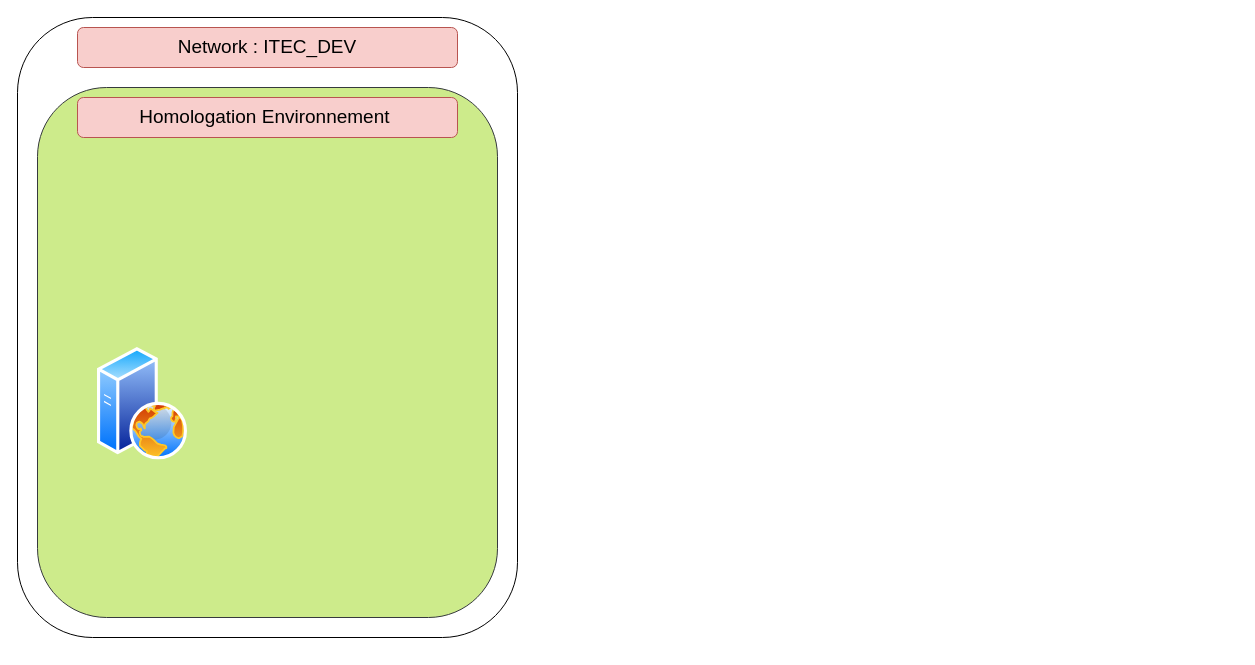
Earlier version of the draw.io diagram Diagramme sans nom.drawio (Iha-bus/dfir). Source tidied: cells renumbered, new cells numbered last; positions are measured from the earlier drawing's top-left corner, leaving out a move shared by most shapes. Both pictures are drawn from the tidied source at 100%, with x=0, y=0 at pixel (17, 17). Pictures stored in the file or linked from it are replaced by grey dashed boxes.
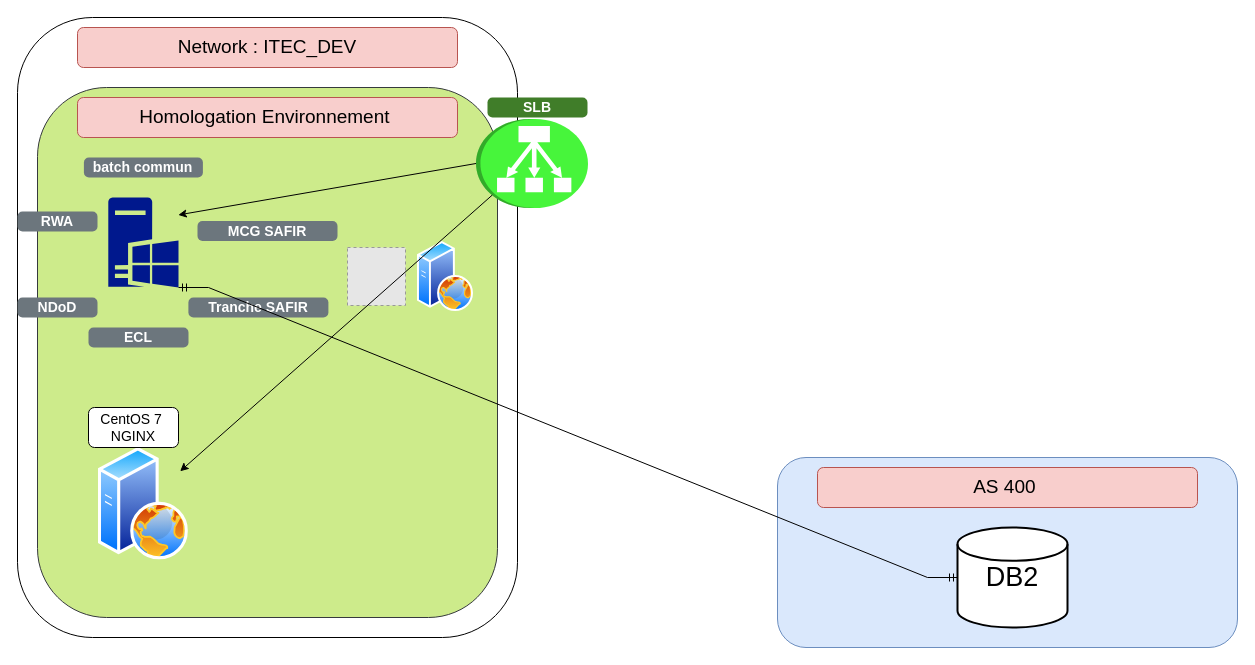
The same page after the edit.

Commit message (it also covers changes not shown here):
Mettre à jour Diagramme sans nom.drawio

The edit, as a diff of the source:
```diff
@@
     <mxCell id="6" style="image;perimeter=ellipsePerimeter;html=1;align=center;shadow=0;dashed=0;spacingTop=3;image=img/lib/active_directory/web_server.svg;" parent="1" vertex="1">
-      <mxGeometry x="80" y="330" width="90" height="112.5" as="geometry" />
+      <mxGeometry x="80.9" y="430" width="90" height="112.5" as="geometry" />
     </mxCell>
+    <mxCell id="7" value="&lt;font style=&quot;font-size: 14px;&quot;&gt;CentOS 7&amp;nbsp; NGINX&lt;/font&gt;" style="rounded=1;whiteSpace=wrap;html=1;glass=0;" parent="1" vertex="1">
+      <mxGeometry x="71" y="390" width="90" height="40" as="geometry" />
+    </mxCell>
+    <mxCell id="8" style="sketch=0;shadow=0;dashed=0;html=1;strokeColor=none;labelPosition=center;verticalLabelPosition=bottom;verticalAlign=top;align=center;fillColor=#00188D;shape=mxgraph.mscae.enterprise.windows_server;" parent="1" vertex="1">
+      <mxGeometry x="90.8" y="180" width="70.2" height="90" as="geometry" />
+    </mxCell>
+    <mxCell id="9" value="batch commun" style="html=1;shadow=0;dashed=0;shape=mxgraph.bootstrap.rrect;rSize=5;strokeColor=none;strokeWidth=1;fillColor=#6C767D;fontColor=#FFFFFF;whiteSpace=wrap;align=center;verticalAlign=middle;spacingLeft=0;fontStyle=1;fontSize=14;spacing=5;" parent="1" vertex="1">
+      <mxGeometry x="66.4" y="140" width="119" height="20" as="geometry" />
+    </mxCell>
+    <mxCell id="10" value="NDoD" style="html=1;shadow=0;dashed=0;shape=mxgraph.bootstrap.rrect;rSize=5;strokeColor=none;strokeWidth=1;fillColor=#6C767D;fontColor=#FFFFFF;whiteSpace=wrap;align=center;verticalAlign=middle;spacingLeft=0;fontStyle=1;fontSize=14;spacing=5;" parent="1" vertex="1">
+      <mxGeometry y="280" width="80" height="20" as="geometry" />
+    </mxCell>
+    <mxCell id="11" value="RWA" style="html=1;shadow=0;dashed=0;shape=mxgraph.bootstrap.rrect;rSize=5;strokeColor=none;strokeWidth=1;fillColor=#6C767D;fontColor=#FFFFFF;whiteSpace=wrap;align=center;verticalAlign=middle;spacingLeft=0;fontStyle=1;fontSize=14;spacing=5;" parent="1" vertex="1">
+      <mxGeometry y="194" width="80" height="20" as="geometry" />
+    </mxCell>
+    <mxCell id="12" value="MCG SAFIR" style="html=1;shadow=0;dashed=0;shape=mxgraph.bootstrap.rrect;rSize=5;strokeColor=none;strokeWidth=1;fillColor=#6C767D;fontColor=#FFFFFF;whiteSpace=wrap;align=center;verticalAlign=middle;spacingLeft=0;fontStyle=1;fontSize=14;spacing=5;" parent="1" vertex="1">
+      <mxGeometry x="180" y="203.5" width="140" height="20" as="geometry" />
+    </mxCell>
+    <mxCell id="13" value="Tranche SAFIR" style="html=1;shadow=0;dashed=0;shape=mxgraph.bootstrap.rrect;rSize=5;strokeColor=none;strokeWidth=1;fillColor=#6C767D;fontColor=#FFFFFF;whiteSpace=wrap;align=center;verticalAlign=middle;spacingLeft=0;fontStyle=1;fontSize=14;spacing=5;" parent="1" vertex="1">
+      <mxGeometry x="170.9" y="280" width="140" height="20" as="geometry" />
+    </mxCell>
+    <mxCell id="14" value="ECL" style="html=1;shadow=0;dashed=0;shape=mxgraph.bootstrap.rrect;rSize=5;strokeColor=none;strokeWidth=1;fillColor=#6C767D;fontColor=#FFFFFF;whiteSpace=wrap;align=center;verticalAlign=middle;spacingLeft=0;fontStyle=1;fontSize=14;spacing=5;" parent="1" vertex="1">
+      <mxGeometry x="71" y="310" width="100" height="20" as="geometry" />
+    </mxCell>
+    <mxCell id="15" style="fillColor=#E6E6E6;strokeColor=#999999;dashed=1;html=1;verticalAlign=top;verticalLabelPosition=bottom;labelBackgroundColor=#ffffff;" parent="1" vertex="1">
+      <mxGeometry x="330" y="230" width="58" height="58" as="geometry" />
+    </mxCell>
+    <mxCell id="16" style="image;perimeter=ellipsePerimeter;html=1;align=center;shadow=0;dashed=0;spacingTop=3;image=img/lib/active_directory/web_server.svg;" parent="1" vertex="1">
+      <mxGeometry x="400" y="224" width="56" height="70" as="geometry" />
+    </mxCell>
+    <mxCell id="17" style="rounded=1;whiteSpace=wrap;html=1;fillColor=#dae8fc;strokeColor=#6c8ebf;" parent="1" vertex="1">
+      <mxGeometry x="760" y="440" width="460" height="190" as="geometry" />
+    </mxCell>
+    <mxCell id="18" value="&lt;font style=&quot;font-size: 27px;&quot;&gt;DB2&lt;/font&gt;" style="strokeWidth=2;html=1;shape=mxgraph.flowchart.database;whiteSpace=wrap;" parent="1" vertex="1">
+      <mxGeometry x="940" y="510" width="110" height="100" as="geometry" />
+    </mxCell>
+    <mxCell id="19" style="edgeStyle=entityRelationEdgeStyle;fontSize=12;html=1;endArrow=ERmandOne;startArrow=ERmandOne;rounded=0;exitX=0;exitY=0.5;exitDx=0;exitDy=0;exitPerimeter=0;entryX=1;entryY=1;entryDx=0;entryDy=0;entryPerimeter=0;" parent="1" edge="1" source="18" target="8">
+      <mxGeometry relative="1" as="geometry">
+        <Array as="points">
+          <mxPoint x="810" y="400" />
+          <mxPoint x="810" y="330" />
+        </Array>
+      </mxGeometry>
+    </mxCell>
+    <mxCell id="20" value="&lt;font style=&quot;font-size: 19px;&quot;&gt;AS 400&amp;nbsp;&lt;/font&gt;" style="rounded=1;whiteSpace=wrap;html=1;fillColor=#f8cecc;strokeColor=#b85450;" parent="1" vertex="1">
+      <mxGeometry x="800" y="450" width="380" height="40" as="geometry" />
+    </mxCell>
+    <mxCell id="21" style="outlineConnect=0;dashed=0;verticalLabelPosition=bottom;verticalAlign=top;align=center;html=1;shape=mxgraph.aws3.classic_load_balancer;fillColor=#47F53B;gradientColor=none;rotation=90;" parent="1" vertex="1">
+      <mxGeometry x="470" y="90" width="89" height="112" as="geometry" />
+    </mxCell>
+    <mxCell id="22" value="SLB" style="html=1;shadow=0;dashed=0;shape=mxgraph.bootstrap.rrect;rSize=5;strokeColor=none;strokeWidth=1;fillColor=#407D29;fontColor=#FFFFFF;whiteSpace=wrap;align=center;verticalAlign=middle;spacingLeft=0;fontStyle=1;fontSize=14;spacing=5;" parent="1" vertex="1">
+      <mxGeometry x="470" y="80" width="100" height="20" as="geometry" />
+    </mxCell>
+    <mxCell id="23" style="endArrow=classic;html=1;rounded=0;exitX=0.855;exitY=0.855;exitDx=0;exitDy=0;exitPerimeter=0;" parent="1" edge="1" source="21" target="6">
+      <mxGeometry relative="1" as="geometry" />
+    </mxCell>
+    <mxCell id="24" style="endArrow=classic;html=1;rounded=0;exitX=0.5;exitY=1;exitDx=0;exitDy=0;exitPerimeter=0;entryX=0.997;entryY=0.194;entryDx=0;entryDy=0;entryPerimeter=0;" parent="1" edge="1" source="21" target="8">
+      <mxGeometry relative="1" as="geometry" />
+    </mxCell>
```
